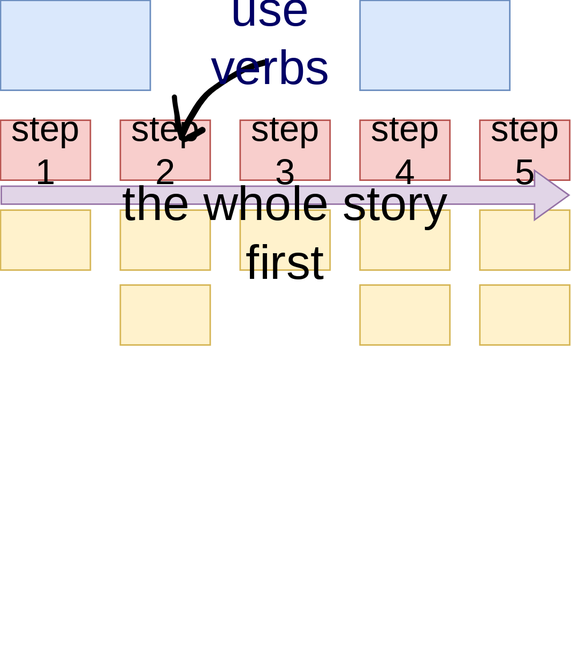
Above: lectures/figures/usm_whole_story_first.drawio.svg in pintergreg/software-engineering (draw.io), before the change. Source tidied: cells renumbered, new cells last; positions are measured from the earlier drawing's top-left corner, leaving out a move shared by most shapes.
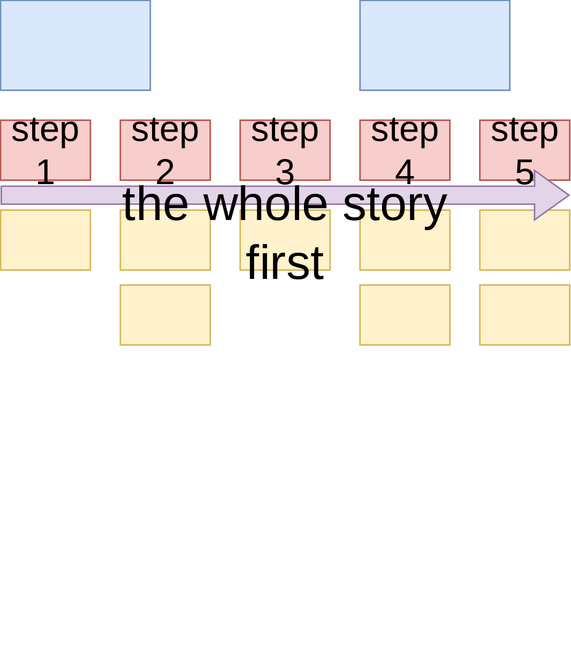
Above is the later version.

Commit message:
Separate verb usage from the whole story first figure #12

What changed in the source:
```diff
@@ -47,24 +47,15 @@
     <mxCell id="16" style="rounded=0;whiteSpace=wrap;html=1;fillColor=#fff2cc;strokeColor=#d6b656;fontSize=24;fontFamily=Delicious Handrawn;fontSource=https%3A%2F%2Ffonts.googleapis.com%2Fcss%3Ffamily%3DDelicious%2BHandrawn;" parent="1" vertex="1">
       <mxGeometry x="320" y="190" width="60" height="40" as="geometry" />
     </mxCell>
-    <mxCell id="17" style="shape=flexArrow;endArrow=classic;html=1;rounded=0;exitX=0;exitY=0;exitDx=0;exitDy=0;fillColor=#e1d5e7;strokeColor=#9673a6;width=12;endSize=7.33;" parent="1" edge="1">
-      <mxGeometry relative="1" as="geometry">
-        <mxPoint y="130" as="sourcePoint" />
-        <mxPoint x="380" y="130" as="targetPoint" />
-      </mxGeometry>
-    </mxCell>
+    <mxCell id="23" style="shape=flexArrow;endArrow=classic;html=1;rounded=0;exitX=0;exitY=0;exitDx=0;exitDy=0;fillColor=#e1d5e7;strokeColor=#9673a6;width=12;endSize=7.33;" parent="1" edge="1">
+      <mxGeometry relative="1" as="geometry">
+        <mxPoint y="130" as="sourcePoint" />
+        <mxPoint x="380" y="130" as="targetPoint" />
+      </mxGeometry>
+    </mxCell>
     <mxCell id="18" value="the whole story first" style="text;html=1;align=center;verticalAlign=middle;whiteSpace=wrap;rounded=0;fontFamily=Delicious Handrawn;fontSource=https%3A%2F%2Ffonts.googleapis.com%2Fcss%3Ffamily%3DDelicious%2BHandrawn;fontSize=32;" parent="1" vertex="1">
       <mxGeometry x="60" y="140" width="260" height="30" as="geometry" />
     </mxCell>
-    <mxCell id="19" style="shape=(stored shape, 912 characters);lineShape=1;strokeColor=default;" parent="1" vertex="1">
-      <mxGeometry x="120" y="40" width="57.6" height="50.2" as="geometry" />
-    </mxCell>
-    <mxCell id="20" style="shape=(stored shape, 924 characters);lineShape=1;strokeColor=default;strokeWidth=0;" parent="1" vertex="1">
-      <mxGeometry x="114.4" y="62.8" width="22.5" height="31.9" as="geometry" />
-    </mxCell>
-    <mxCell id="21" value="use verbs" style="text;html=1;align=center;verticalAlign=middle;whiteSpace=wrap;rounded=0;fontFamily=Delicious Handrawn;fontSource=https%3A%2F%2Ffonts.googleapis.com%2Fcss%3Ffamily%3DDelicious%2BHandrawn;fontSize=32;fontColor=#000066;" parent="1" vertex="1">
-      <mxGeometry x="120" y="10" width="120" height="30" as="geometry" />
-    </mxCell>
     <mxCell id="22" style="rounded=0;whiteSpace=wrap;html=1;fillColor=none;strokeColor=none;fontSize=24;fontFamily=Delicious Handrawn;fontSource=https%3A%2F%2Ffonts.googleapis.com%2Fcss%3Ffamily%3DDelicious%2BHandrawn;" parent="1" vertex="1">
       <mxGeometry y="390" width="60" height="40" as="geometry" />
     </mxCell>
```
